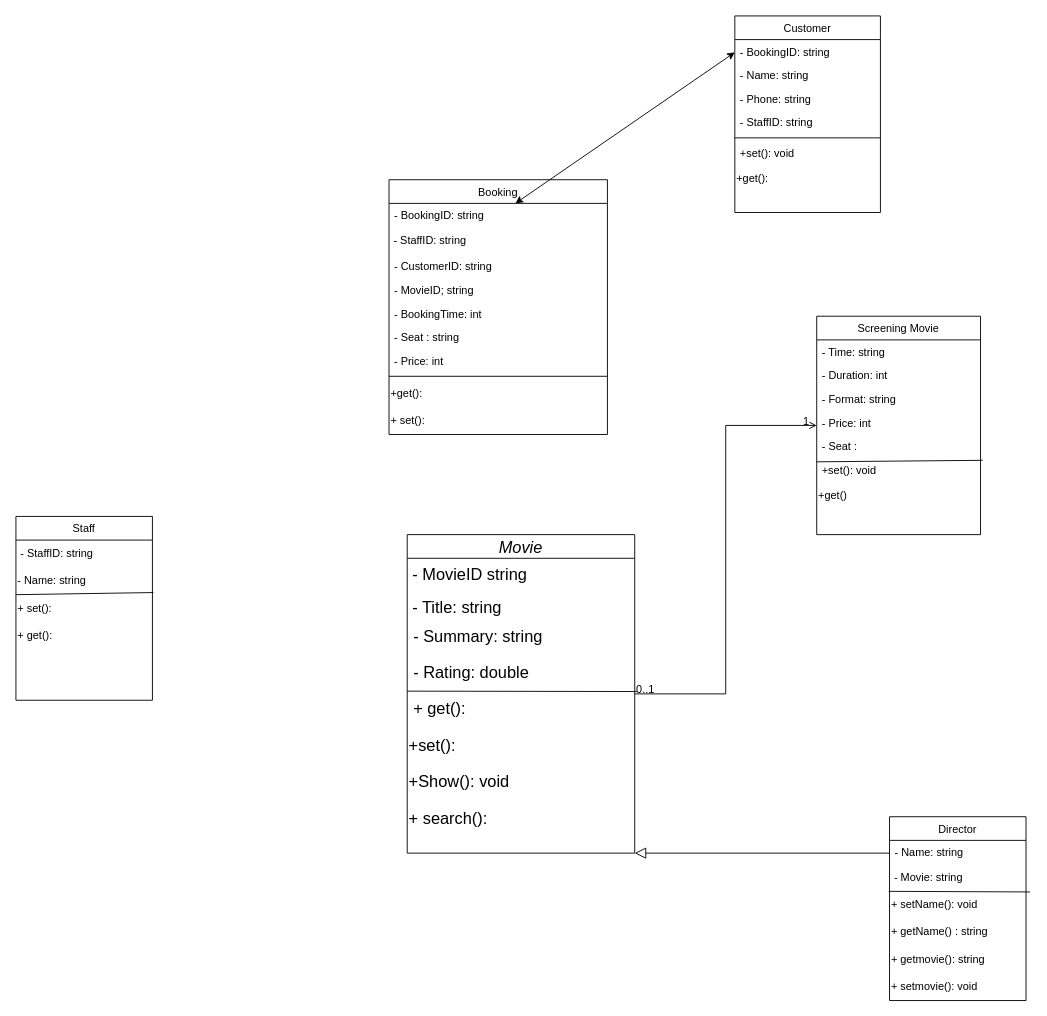
hoangluu18/PBL2_DUT keeps this draw.io diagram as class_diagram.drawio. Above is the earlier version. Source tidied: cells renumbered, new cells numbered last; positions are measured from the earlier drawing's top-left corner, leaving out a move shared by most shapes. Both pictures are drawn from the tidied source at 91%, with x=0, y=0 at pixel (15, 15).
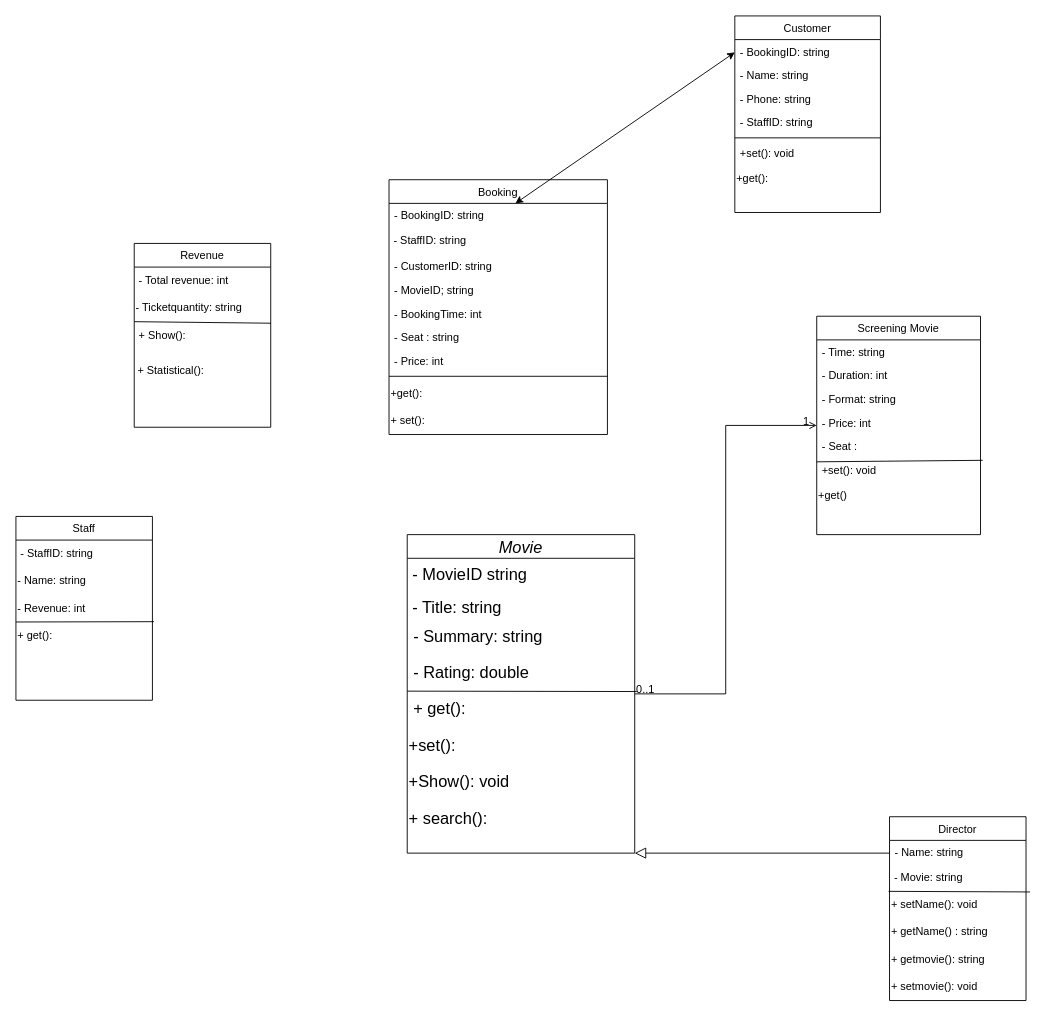
Above is the later version.

Unchanged cells that the change refers to:
```xml
<mxCell id="53" value="Staff" style="swimlane;fontStyle=0;align=center;verticalAlign=top;horizontal=1;startSize=26;rounded=0;shadow=0;strokeWidth=1;" parent="1" vertex="1">
  <mxGeometry y="550" width="150" height="202" as="geometry" />
</mxCell>
```

What changed in the source:
```diff
@@
-    <mxCell id="56" style="endArrow=none;html=1;entryX=1.007;entryY=-0.078;entryDx=0;entryDy=0;entryPerimeter=0;" parent="53" edge="1" target="57">
-      <mxGeometry relative="1" as="geometry">
-        <mxPoint y="86" as="sourcePoint" />
-      </mxGeometry>
-    </mxCell>
+    <mxCell id="59" style="endArrow=none;html=1;entryX=1.011;entryY=0.989;entryDx=0;entryDy=0;entryPerimeter=0;" parent="53" edge="1" target="57">
+      <mxGeometry relative="1" as="geometry">
+        <mxPoint y="116" as="sourcePoint" />
+      </mxGeometry>
+    </mxCell>
-    <mxCell id="57" value="+ set():" style="text;html=1;align=left;verticalAlign=middle;points=[];strokeColor=none;fillColor=none;" parent="53" vertex="1">
+    <mxCell id="57" value="- Revenue: int" style="text;html=1;align=left;verticalAlign=middle;points=[];strokeColor=none;fillColor=none;" parent="53" vertex="1">
       <mxGeometry y="86" width="150" height="30" as="geometry" />
     </mxCell>
@@
+    <mxCell id="60" value="Revenue" style="swimlane;fontStyle=0;align=center;verticalAlign=top;horizontal=1;startSize=26;rounded=0;shadow=0;strokeWidth=1;" parent="1" vertex="1">
+      <mxGeometry x="130" y="250" width="150" height="202" as="geometry" />
+    </mxCell>
+    <mxCell id="61" value="&amp;nbsp;- Total revenue: int" style="text;html=1;align=left;verticalAlign=middle;strokeColor=none;fillColor=none;" parent="60" vertex="1">
+      <mxGeometry y="26" width="150" height="30" as="geometry" />
+    </mxCell>
+    <mxCell id="62" value="- Ticketquantity: string" style="text;html=1;align=left;verticalAlign=middle;points=[];strokeColor=none;fillColor=none;" parent="60" vertex="1">
+      <mxGeometry y="56" width="150" height="30" as="geometry" />
+    </mxCell>
+    <mxCell id="63" style="endArrow=none;html=1;entryX=1.002;entryY=1.056;entryDx=0;entryDy=0;entryPerimeter=0;" parent="60" edge="1" target="62">
+      <mxGeometry relative="1" as="geometry">
+        <mxPoint y="86" as="sourcePoint" />
+      </mxGeometry>
+    </mxCell>
+    <mxCell id="64" value="&amp;nbsp;+ Show():" style="text;html=1;align=left;verticalAlign=middle;strokeColor=none;fillColor=none;" parent="60" vertex="1">
+      <mxGeometry y="86" width="150" height="30" as="geometry" />
+    </mxCell>
+    <mxCell id="65" value="+ Statistical():" style="text;html=1;align=center;verticalAlign=middle;strokeColor=none;fillColor=none;" parent="1" vertex="1">
+      <mxGeometry x="120" y="375" width="100" height="30" as="geometry" />
+    </mxCell>
```
